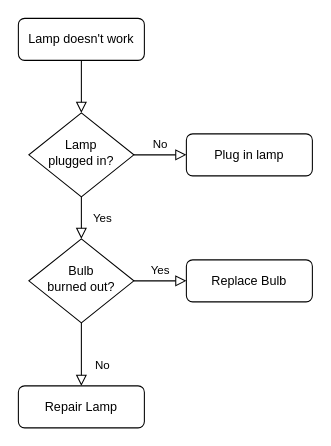
The draw.io diagram Untitled Diagram.drawio in gitriver/python-learning, before the edit. Source tidied: cells renumbered, new cells numbered last; positions are measured from the earlier drawing's top-left corner, leaving out a move shared by most shapes. Both pictures are drawn from the tidied source at 105%, with x=0, y=0 at pixel (18, 18).
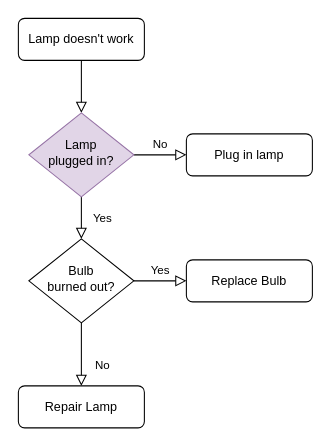
The same page after the edit.

Diff of the diagram source:
```diff
@@
 <mxGraphModel>
   <root>
     <mxCell id="0" />
     <mxCell id="1" parent="0" />
     <mxCell id="2" style="rounded=0;html=1;jettySize=auto;fontSize=11;endArrow=block;endFill=0;endSize=8;strokeWidth=1;shadow=0;labelBackgroundColor=none;edgeStyle=orthogonalEdgeStyle;" parent="1" edge="1" source="3" target="6">
       <mxGeometry relative="1" as="geometry" />
     </mxCell>
     <mxCell id="3" value="Lamp doesn't work" style="rounded=1;whiteSpace=wrap;html=1;fontSize=12;glass=0;strokeWidth=1;shadow=0;" parent="1" vertex="1">
       <mxGeometry width="120" height="40" as="geometry" />
     </mxCell>
     <mxCell id="4" value="Yes" style="rounded=0;html=1;jettySize=auto;fontSize=11;endArrow=block;endFill=0;endSize=8;strokeWidth=1;shadow=0;labelBackgroundColor=none;edgeStyle=orthogonalEdgeStyle;" parent="1" edge="1" source="6" target="10">
       <mxGeometry y="20" relative="1" as="geometry" />
     </mxCell>
     <mxCell id="5" value="No" style="edgeStyle=orthogonalEdgeStyle;rounded=0;html=1;jettySize=auto;fontSize=11;endArrow=block;endFill=0;endSize=8;strokeWidth=1;shadow=0;labelBackgroundColor=none;" parent="1" edge="1" source="6" target="7">
       <mxGeometry y="10" relative="1" as="geometry" />
     </mxCell>
-    <mxCell id="6" value="Lamp&lt;br&gt;plugged in?" style="rhombus;whiteSpace=wrap;html=1;shadow=0;fontFamily=Helvetica;fontSize=12;align=center;strokeWidth=1;spacing=6;spacingTop=-4;" parent="1" vertex="1">
+    <mxCell id="6" value="Lamp&lt;br&gt;plugged in?" style="rhombus;whiteSpace=wrap;html=1;shadow=0;fontFamily=Helvetica;fontSize=12;align=center;strokeWidth=1;spacing=6;spacingTop=-4;fillColor=#e1d5e7;strokeColor=#9673a6;" parent="1" vertex="1">
       <mxGeometry x="10" y="90" width="100" height="80" as="geometry" />
     </mxCell>
     <mxCell id="7" value="Plug in lamp" style="rounded=1;whiteSpace=wrap;html=1;fontSize=12;glass=0;strokeWidth=1;shadow=0;" parent="1" vertex="1">
       <mxGeometry x="160" y="110" width="120" height="40" as="geometry" />
     </mxCell>
     <mxCell id="8" value="No" style="rounded=0;html=1;jettySize=auto;fontSize=11;endArrow=block;endFill=0;endSize=8;strokeWidth=1;shadow=0;labelBackgroundColor=none;edgeStyle=orthogonalEdgeStyle;" parent="1" edge="1" source="10" target="11">
       <mxGeometry x="0.33" y="20" relative="1" as="geometry" />
     </mxCell>
     <mxCell id="9" value="Yes" style="edgeStyle=orthogonalEdgeStyle;rounded=0;html=1;jettySize=auto;fontSize=11;endArrow=block;endFill=0;endSize=8;strokeWidth=1;shadow=0;labelBackgroundColor=none;" parent="1" edge="1" source="10" target="12">
       <mxGeometry y="10" relative="1" as="geometry" />
     </mxCell>
     <mxCell id="10" value="Bulb&lt;br&gt;burned out?" style="rhombus;whiteSpace=wrap;html=1;shadow=0;fontFamily=Helvetica;fontSize=12;align=center;strokeWidth=1;spacing=6;spacingTop=-4;" parent="1" vertex="1">
       <mxGeometry x="10" y="210" width="100" height="80" as="geometry" />
     </mxCell>
     <mxCell id="11" value="Repair Lamp" style="rounded=1;whiteSpace=wrap;html=1;fontSize=12;glass=0;strokeWidth=1;shadow=0;" parent="1" vertex="1">
       <mxGeometry y="350" width="120" height="40" as="geometry" />
     </mxCell>
     <mxCell id="12" value="Replace Bulb" style="rounded=1;whiteSpace=wrap;html=1;fontSize=12;glass=0;strokeWidth=1;shadow=0;" parent="1" vertex="1">
       <mxGeometry x="160" y="230" width="120" height="40" as="geometry" />
     </mxCell>
   </root>
 </mxGraphModel>
```
